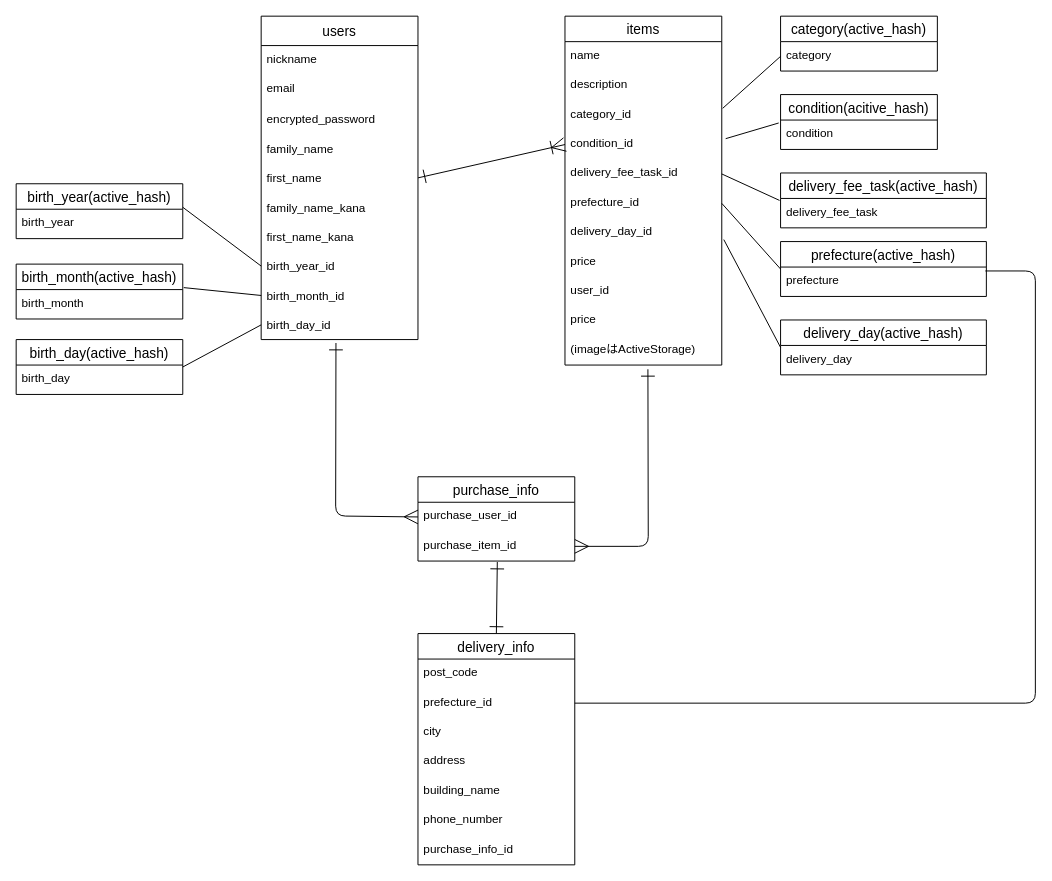
Before: ER.dio in shimpei1494/furima-37217, a draw.io diagram. Source tidied: cells renumbered, new cells numbered last; positions are measured from the earlier drawing's top-left corner, leaving out a move shared by most shapes. Both pictures are drawn from the tidied source at 98%, with x=0, y=0 at pixel (16, 16).
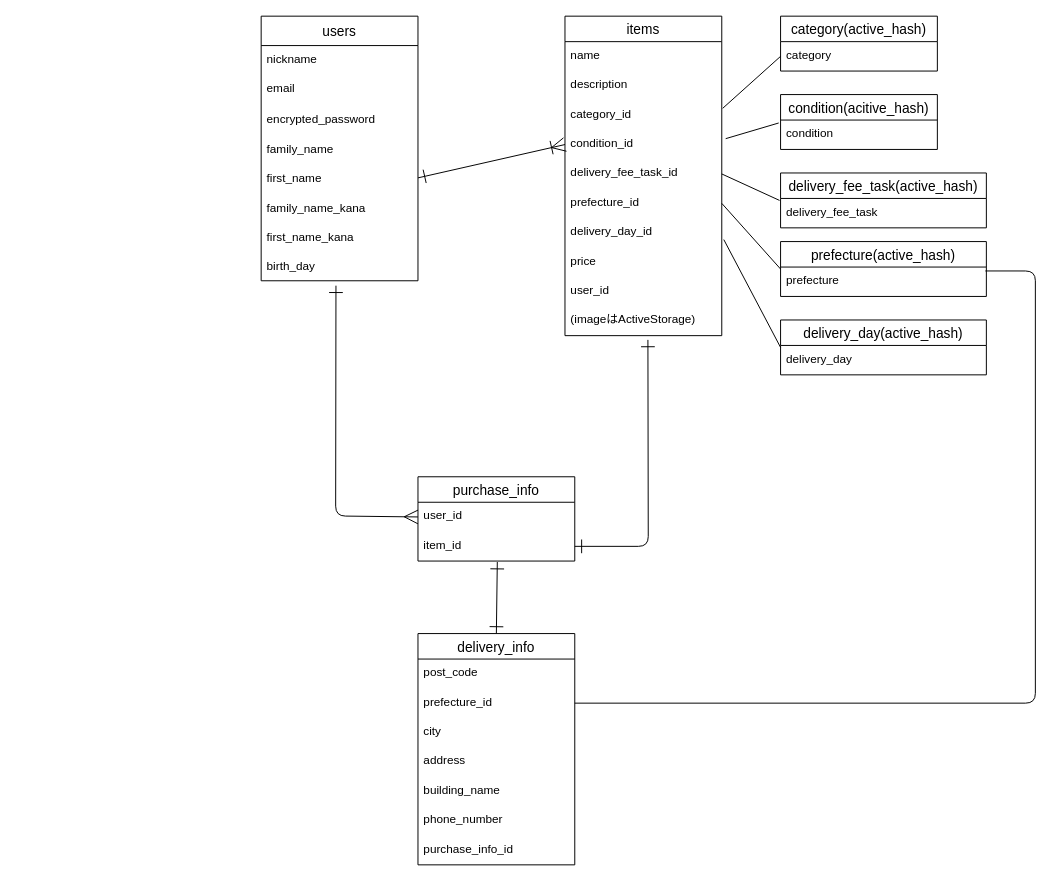
The same page after the edit.

Commit message (it also covers changes not shown here):
ER図、READMEの修正

The change refers to these unchanged cells:
```xml
<mxCell id="52" value="purchase_info" style="swimlane;fontStyle=0;horizontal=1;startSize=26;align=center;fontSize=14;glass=0;" parent="1" vertex="1">
  <mxGeometry x="410" y="470" width="160" height="86" as="geometry" />
</mxCell>
```

What changed in the source:
```diff
@@
     <mxCell id="2" value="users" style="swimlane;fontStyle=0;horizontal=1;startSize=30;align=center;fontSize=14;glass=0;" parent="1" vertex="1">
-      <mxGeometry x="250" width="160" height="330" as="geometry" />
+      <mxGeometry x="250" width="160" height="270" as="geometry" />
     </mxCell>
@@
-    <mxCell id="10" value="birth_year_id" style="text;strokeColor=none;fillColor=none;spacingLeft=4;spacingRight=4;overflow=hidden;points=[[0,0.5],[1,0.5]];portConstraint=eastwest;fontSize=12;verticalAlign=middle;" parent="2" vertex="1">
+    <mxCell id="10" value="birth_day" style="text;strokeColor=none;fillColor=none;spacingLeft=4;spacingRight=4;overflow=hidden;points=[[0,0.5],[1,0.5]];portConstraint=eastwest;fontSize=12;verticalAlign=middle;" parent="2" vertex="1">
       <mxGeometry y="240" width="160" height="30" as="geometry" />
     </mxCell>
-    <mxCell id="11" value="birth_month_id" style="text;strokeColor=none;fillColor=none;spacingLeft=4;spacingRight=4;overflow=hidden;points=[[0,0.5],[1,0.5]];portConstraint=eastwest;fontSize=12;verticalAlign=middle;" parent="2" vertex="1">
-      <mxGeometry y="270" width="160" height="30" as="geometry" />
-    </mxCell>
-    <mxCell id="12" value="birth_day_id" style="text;strokeColor=none;fillColor=none;spacingLeft=4;spacingRight=4;overflow=hidden;points=[[0,0.5],[1,0.5]];portConstraint=eastwest;fontSize=12;verticalAlign=middle;" parent="2" vertex="1">
-      <mxGeometry y="300" width="160" height="30" as="geometry" />
-    </mxCell>
     <mxCell id="13" value="items" style="swimlane;fontStyle=0;horizontal=1;startSize=26;align=center;fontSize=14;" parent="1" vertex="1">
-      <mxGeometry x="560" width="160" height="356" as="geometry" />
+      <mxGeometry x="560" width="160" height="326" as="geometry" />
     </mxCell>
@@
-    <mxCell id="23" value="price" style="text;strokeColor=none;fillColor=none;spacingLeft=4;spacingRight=4;overflow=hidden;fontSize=12;" parent="13" vertex="1">
-      <mxGeometry y="296" width="160" height="30" as="geometry" />
-    </mxCell>
     <mxCell id="24" value="(imageはActiveStorage)" style="text;strokeColor=none;fillColor=none;spacingLeft=4;spacingRight=4;overflow=hidden;points=[[0,0.5],[1,0.5]];portConstraint=eastwest;fontSize=12;" parent="13" vertex="1">
-      <mxGeometry y="326" width="160" height="30" as="geometry" />
+      <mxGeometry y="296" width="160" height="30" as="geometry" />
     </mxCell>
@@
-    <mxCell id="35" value="birth_year(active_hash)" style="swimlane;fontStyle=0;horizontal=1;startSize=26;align=center;fontSize=14;" parent="1" vertex="1">
-      <mxGeometry y="171" width="170" height="56" as="geometry" />
-    </mxCell>
-    <mxCell id="36" value="birth_year" style="text;strokeColor=none;fillColor=none;spacingLeft=4;spacingRight=4;overflow=hidden;points=[[0,0.5],[1,0.5]];portConstraint=eastwest;fontSize=12;" parent="35" vertex="1">
-      <mxGeometry y="26" width="170" height="30" as="geometry" />
-    </mxCell>
-    <mxCell id="37" value="birth_month(active_hash)" style="swimlane;fontStyle=0;horizontal=1;startSize=26;align=center;fontSize=14;" parent="1" vertex="1">
-      <mxGeometry y="253" width="170" height="56" as="geometry" />
-    </mxCell>
-    <mxCell id="38" value="birth_month" style="text;strokeColor=none;fillColor=none;spacingLeft=4;spacingRight=4;overflow=hidden;points=[[0,0.5],[1,0.5]];portConstraint=eastwest;fontSize=12;" parent="37" vertex="1">
-      <mxGeometry y="26" width="170" height="30" as="geometry" />
-    </mxCell>
-    <mxCell id="39" value="birth_day(active_hash)" style="swimlane;fontStyle=0;horizontal=1;startSize=26;align=center;fontSize=14;" parent="1" vertex="1">
-      <mxGeometry y="330" width="170" height="56" as="geometry" />
-    </mxCell>
-    <mxCell id="40" value="birth_day" style="text;strokeColor=none;fillColor=none;spacingLeft=4;spacingRight=4;overflow=hidden;fontSize=12;" parent="39" vertex="1">
-      <mxGeometry y="26" width="170" height="30" as="geometry" />
-    </mxCell>
-    <mxCell id="41" style="edgeStyle=none;html=1;entryX=1;entryY=-0.067;entryDx=0;entryDy=0;endArrow=none;endFill=0;entryPerimeter=0;exitX=0;exitY=0.5;exitDx=0;exitDy=0;startArrow=none;startFill=0;endSize=12;startSize=12;" parent="1" edge="1" source="10" target="36">
-      <mxGeometry relative="1" as="geometry" />
-    </mxCell>
-    <mxCell id="42" style="edgeStyle=none;html=1;endArrow=none;endFill=0;entryX=1.006;entryY=-0.067;entryDx=0;entryDy=0;entryPerimeter=0;endSize=12;startArrow=none;startFill=0;startSize=12;exitX=0;exitY=0.5;exitDx=0;exitDy=0;" parent="1" edge="1" source="11" target="38">
-      <mxGeometry relative="1" as="geometry" />
-    </mxCell>
-    <mxCell id="43" style="edgeStyle=none;html=1;exitX=0;exitY=0.5;exitDx=0;exitDy=0;entryX=1;entryY=0.5;entryDx=0;entryDy=0;endArrow=none;endFill=0;endSize=12;" parent="1" edge="1" source="12" target="39">
-      <mxGeometry relative="1" as="geometry" />
-    </mxCell>
@@
-    <mxCell id="50" style="edgeStyle=none;jumpSize=6;html=1;exitX=0;exitY=0.5;exitDx=0;exitDy=0;entryX=0.477;entryY=1.117;entryDx=0;entryDy=0;entryPerimeter=0;startArrow=ERmany;startFill=0;endArrow=ERone;endFill=0;startSize=12;endSize=12;" parent="1" edge="1" source="53" target="12">
+    <mxCell id="50" style="edgeStyle=none;jumpSize=6;html=1;exitX=0;exitY=0.5;exitDx=0;exitDy=0;entryX=0.477;entryY=1.167;entryDx=0;entryDy=0;entryPerimeter=0;startArrow=ERmany;startFill=0;endArrow=ERone;endFill=0;startSize=12;endSize=12;" parent="1" edge="1" source="53" target="10">
       <mxGeometry relative="1" as="geometry">
         <Array as="points">
           <mxPoint x="326" y="510" />
         </Array>
       </mxGeometry>
     </mxCell>
-    <mxCell id="51" style="edgeStyle=none;jumpSize=6;html=1;exitX=1;exitY=0.5;exitDx=0;exitDy=0;startArrow=ERmany;startFill=0;endArrow=ERone;endFill=0;startSize=12;endSize=12;entryX=0.529;entryY=1.144;entryDx=0;entryDy=0;entryPerimeter=0;" parent="1" edge="1" source="54" target="24">
+    <mxCell id="51" style="edgeStyle=none;jumpSize=6;html=1;exitX=1;exitY=0.5;exitDx=0;exitDy=0;startArrow=ERone;startFill=0;endArrow=ERone;endFill=0;startSize=12;endSize=12;entryX=0.529;entryY=1.144;entryDx=0;entryDy=0;entryPerimeter=0;" parent="1" edge="1" source="54" target="24">
       <mxGeometry relative="1" as="geometry">
         <Array as="points">
           <mxPoint x="645" y="541" />
         </Array>
       </mxGeometry>
     </mxCell>
@@
-    <mxCell id="53" value="purchase_user_id" style="text;strokeColor=none;fillColor=none;spacingLeft=4;spacingRight=4;overflow=hidden;points=[[0,0.5],[1,0.5]];portConstraint=eastwest;fontSize=12;glass=0;" parent="52" vertex="1">
+    <mxCell id="53" value="user_id" style="text;strokeColor=none;fillColor=none;spacingLeft=4;spacingRight=4;overflow=hidden;points=[[0,0.5],[1,0.5]];portConstraint=eastwest;fontSize=12;glass=0;" parent="52" vertex="1">
       <mxGeometry y="26" width="160" height="30" as="geometry" />
     </mxCell>
-    <mxCell id="54" value="purchase_item_id" style="text;strokeColor=none;fillColor=none;spacingLeft=4;spacingRight=4;overflow=hidden;points=[[0,0.5],[1,0.5]];portConstraint=eastwest;fontSize=12;glass=0;" parent="52" vertex="1">
+    <mxCell id="54" value="item_id" style="text;strokeColor=none;fillColor=none;spacingLeft=4;spacingRight=4;overflow=hidden;points=[[0,0.5],[1,0.5]];portConstraint=eastwest;fontSize=12;glass=0;" parent="52" vertex="1">
       <mxGeometry y="56" width="160" height="30" as="geometry" />
     </mxCell>
```
